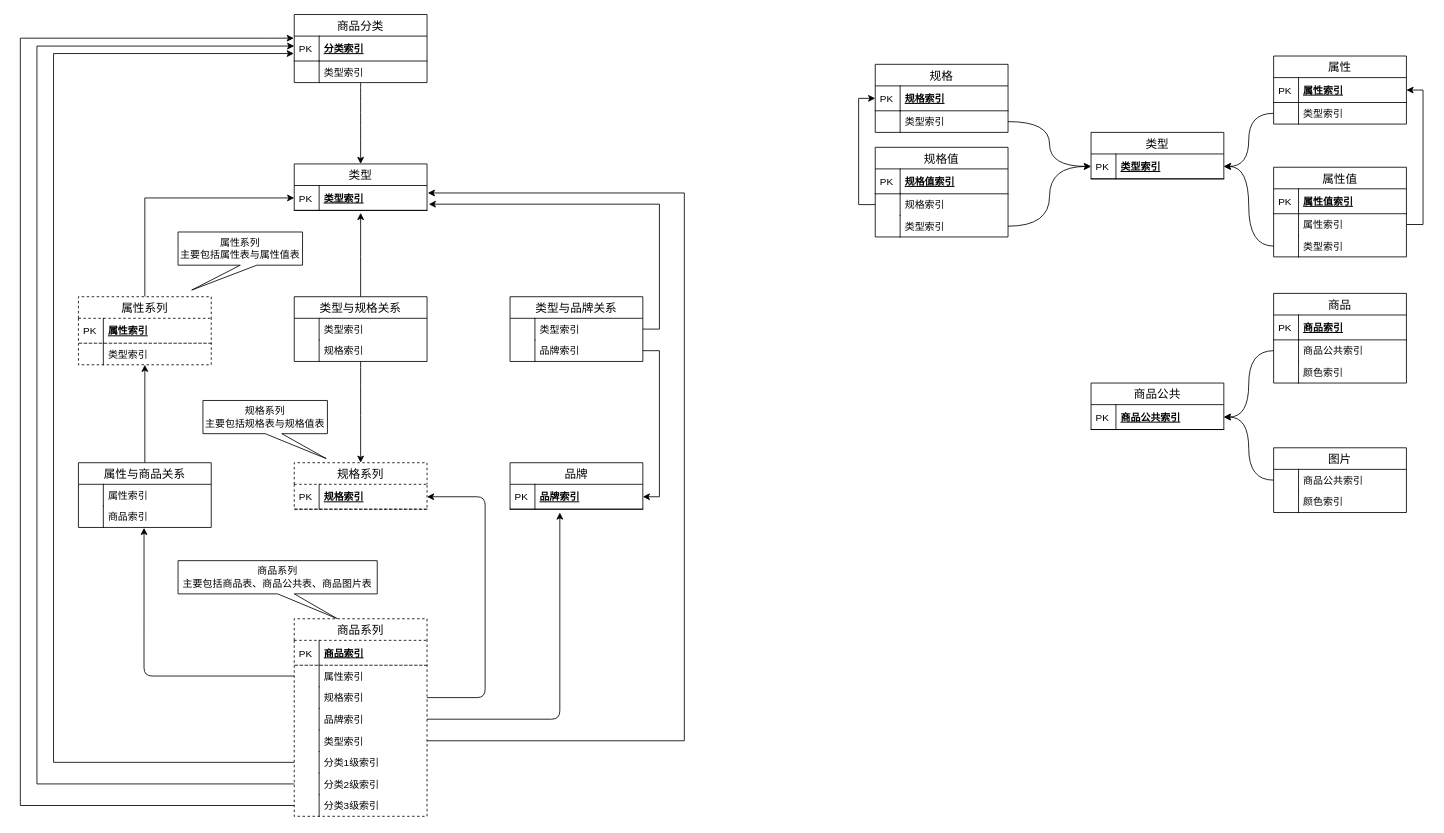
The draw.io diagram page "商品模块数据库设计" (3 of 12) of src/dragon.drawio in ab-doc/draw.io, before the edit. Source tidied: cells renumbered, new cells numbered last; positions are measured from the earlier drawing's top-left corner, leaving out a move shared by most shapes. Both pictures are drawn from the tidied source at 83%, with x=0, y=0 at pixel (20, 14).
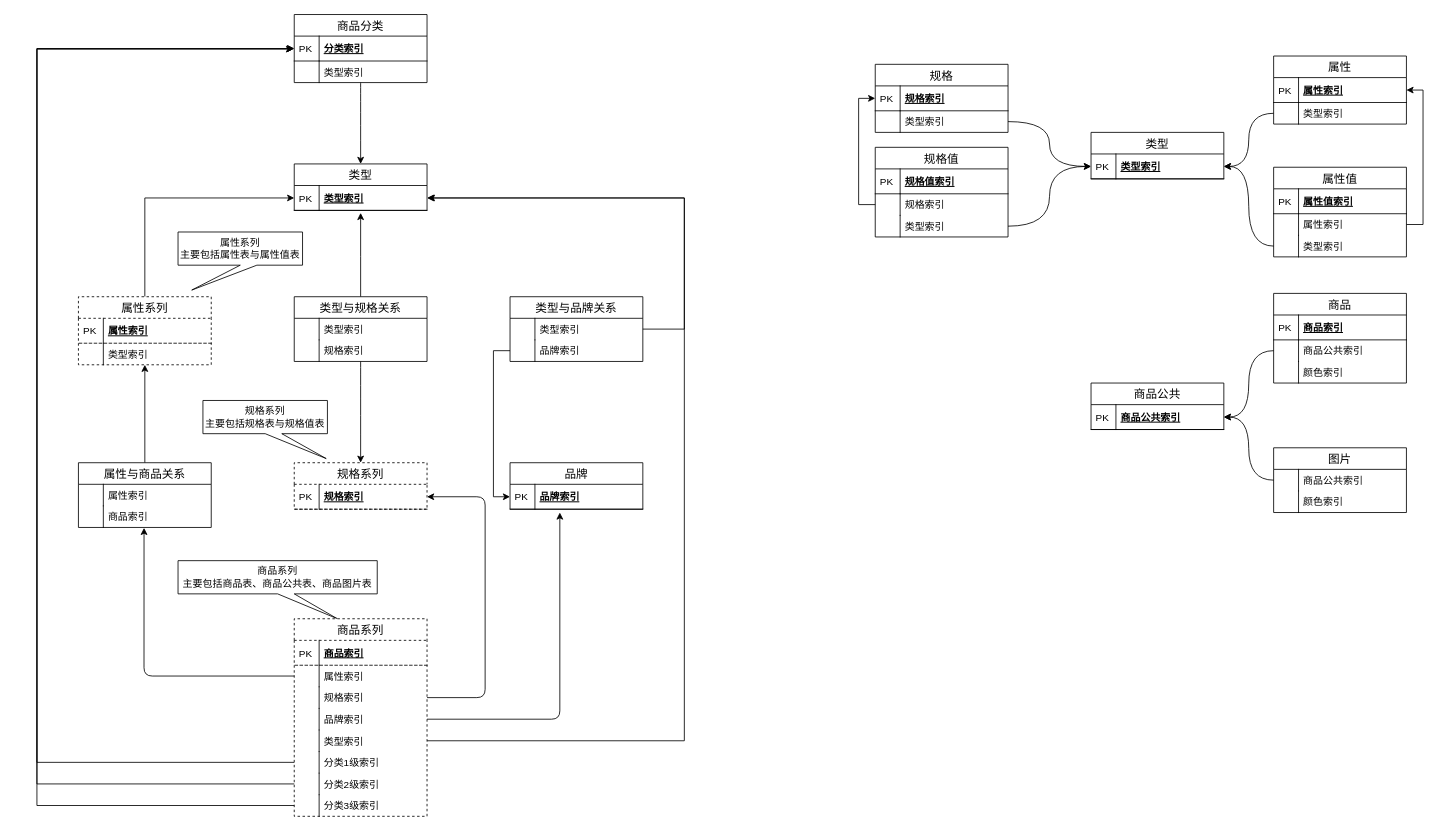
Above is the later version.

Unchanged cells that the change refers to:
```xml
<mxCell id="68" value="类型索引" style="shape=partialRectangle;top=0;left=0;right=0;bottom=0;align=left;verticalAlign=top;fillColor=none;spacingLeft=34;spacingRight=4;overflow=hidden;points=[[0,0.5],[1,0.5]];portConstraint=eastwest;fontSize=12;dashed=1;" parent="59" vertex="1">
  <mxGeometry y="134" width="160" height="26" as="geometry" />
</mxCell>
<mxCell id="70" value="分类1级索引" style="shape=partialRectangle;top=0;left=0;right=0;bottom=0;align=left;verticalAlign=top;fillColor=none;spacingLeft=34;spacingRight=4;overflow=hidden;points=[[0,0.5],[1,0.5]];portConstraint=eastwest;fontSize=12;dashed=1;" parent="59" vertex="1">
  <mxGeometry y="160" width="160" height="26" as="geometry" />
</mxCell>
<mxCell id="72" value="分类2级索引" style="shape=partialRectangle;top=0;left=0;right=0;bottom=0;align=left;verticalAlign=top;fillColor=none;spacingLeft=34;spacingRight=4;overflow=hidden;points=[[0,0.5],[1,0.5]];portConstraint=eastwest;fontSize=12;dashed=1;" parent="59" vertex="1">
  <mxGeometry y="186" width="160" height="26" as="geometry" />
</mxCell>
<mxCell id="74" value="分类3级索引" style="shape=partialRectangle;top=0;left=0;right=0;bottom=0;align=left;verticalAlign=top;fillColor=none;spacingLeft=34;spacingRight=4;overflow=hidden;points=[[0,0.5],[1,0.5]];portConstraint=eastwest;fontSize=12;dashed=1;" parent="59" vertex="1">
  <mxGeometry y="212" width="160" height="26" as="geometry" />
</mxCell>
<mxCell id="93" value="品牌索引" style="shape=partialRectangle;top=0;left=0;right=0;bottom=1;align=left;verticalAlign=middle;fillColor=none;spacingLeft=34;spacingRight=4;overflow=hidden;points=[[0,0.5],[1,0.5]];portConstraint=eastwest;fontStyle=5;fontSize=12;" parent="92" vertex="1">
  <mxGeometry y="26" width="160" height="30" as="geometry" />
</mxCell>
<mxCell id="96" value="类型索引" style="shape=partialRectangle;top=0;left=0;right=0;bottom=0;align=left;verticalAlign=top;fillColor=none;spacingLeft=34;spacingRight=4;overflow=hidden;points=[[0,0.5],[1,0.5]];portConstraint=eastwest;fontSize=12;" parent="95" vertex="1">
  <mxGeometry y="26" width="160" height="26" as="geometry" />
</mxCell>
<mxCell id="98" value="品牌索引" style="shape=partialRectangle;top=0;left=0;right=0;bottom=0;align=left;verticalAlign=top;fillColor=none;spacingLeft=34;spacingRight=4;overflow=hidden;points=[[0,0.5],[1,0.5]];portConstraint=eastwest;fontSize=12;" parent="95" vertex="1">
  <mxGeometry y="52" width="160" height="26" as="geometry" />
</mxCell>
<mxCell id="101" value="分类索引" style="shape=partialRectangle;top=0;left=0;right=0;bottom=1;align=left;verticalAlign=middle;fillColor=none;spacingLeft=34;spacingRight=4;overflow=hidden;points=[[0,0.5],[1,0.5]];portConstraint=eastwest;fontStyle=5;fontSize=12;" parent="100" vertex="1">
  <mxGeometry y="26" width="160" height="30" as="geometry" />
</mxCell>
<mxCell id="106" value="类型索引" style="shape=partialRectangle;top=0;left=0;right=0;bottom=1;align=left;verticalAlign=middle;fillColor=none;spacingLeft=34;spacingRight=4;overflow=hidden;points=[[0,0.5],[1,0.5]];portConstraint=eastwest;fontStyle=5;fontSize=12;" parent="105" vertex="1">
  <mxGeometry y="26" width="160" height="30" as="geometry" />
</mxCell>
```

The edit, as a diff of the source:
```diff
@@
-    <mxCell id="4" style="edgeStyle=orthogonalEdgeStyle;rounded=0;jettySize=auto;html=1;exitX=1;exitY=0.5;exitDx=0;exitDy=0;entryX=1;entryY=0.5;entryDx=0;entryDy=0;" parent="1" edge="1" source="98" target="93">
+    <mxCell id="4" style="edgeStyle=orthogonalEdgeStyle;rounded=0;jettySize=auto;html=1;exitX=0;exitY=0.5;exitDx=0;exitDy=0;entryX=0;entryY=0.5;entryDx=0;entryDy=0;" parent="1" edge="1" source="98" target="93">
       <mxGeometry relative="1" as="geometry" />
     </mxCell>
@@
-    <mxCell id="7" style="edgeStyle=orthogonalEdgeStyle;rounded=0;jettySize=auto;html=1;entryX=1.013;entryY=0.75;entryDx=0;entryDy=0;exitX=1;exitY=0.5;exitDx=0;exitDy=0;entryPerimeter=0;" parent="1" edge="1" source="96" target="106">
-      <mxGeometry relative="1" as="geometry" />
+    <mxCell id="7" style="edgeStyle=orthogonalEdgeStyle;rounded=0;jettySize=auto;html=1;entryX=1;entryY=0.5;entryDx=0;entryDy=0;exitX=1;exitY=0.5;exitDx=0;exitDy=0;" parent="1" edge="1" source="96" target="106">
+      <mxGeometry relative="1" as="geometry">
+        <Array as="points">
+          <mxPoint x="800" y="379" />
+          <mxPoint x="800" y="221" />
+        </Array>
+      </mxGeometry>
     </mxCell>
@@
-    <mxCell id="113" style="edgeStyle=orthogonalEdgeStyle;rounded=0;jettySize=auto;html=1;exitX=0;exitY=0.5;exitDx=0;exitDy=0;entryX=-0.003;entryY=0.7;entryDx=0;entryDy=0;entryPerimeter=0;" parent="1" edge="1" source="70" target="101">
+    <mxCell id="113" style="edgeStyle=orthogonalEdgeStyle;rounded=0;jettySize=auto;html=1;exitX=0;exitY=0.5;exitDx=0;exitDy=0;entryX=-0.009;entryY=0.525;entryDx=0;entryDy=0;entryPerimeter=0;" parent="1" edge="1" source="70" target="101">
       <mxGeometry relative="1" as="geometry">
         <Array as="points">
-          <mxPoint x="40" y="901" />
-          <mxPoint x="40" y="47" />
+          <mxPoint x="20" y="901" />
+          <mxPoint x="20" y="42" />
+          <mxPoint x="329" y="42" />
         </Array>
       </mxGeometry>
     </mxCell>
-    <mxCell id="114" style="edgeStyle=orthogonalEdgeStyle;rounded=0;jettySize=auto;html=1;exitX=0;exitY=0.5;exitDx=0;exitDy=0;entryX=0;entryY=0.4;entryDx=0;entryDy=0;entryPerimeter=0;" parent="1" edge="1" source="72" target="101">
+    <mxCell id="114" style="edgeStyle=orthogonalEdgeStyle;rounded=0;jettySize=auto;html=1;exitX=0;exitY=0.5;exitDx=0;exitDy=0;" parent="1" edge="1" source="72">
       <mxGeometry relative="1" as="geometry">
+        <mxPoint x="330" y="41" as="targetPoint" />
         <Array as="points">
           <mxPoint x="20" y="927" />
-          <mxPoint x="20" y="38" />
+          <mxPoint x="20" y="41" />
         </Array>
       </mxGeometry>
     </mxCell>
-    <mxCell id="115" style="edgeStyle=orthogonalEdgeStyle;rounded=0;jettySize=auto;html=1;exitX=0;exitY=0.5;exitDx=0;exitDy=0;entryX=-0.003;entryY=0.083;entryDx=0;entryDy=0;entryPerimeter=0;" parent="1" edge="1" source="74" target="101">
+    <mxCell id="115" style="edgeStyle=orthogonalEdgeStyle;rounded=0;jettySize=auto;html=1;exitX=0;exitY=0.5;exitDx=0;exitDy=0;" parent="1" edge="1" source="74">
       <mxGeometry relative="1" as="geometry">
+        <mxPoint x="330" y="41" as="targetPoint" />
         <Array as="points">
-          <mxPoint y="953" />
-          <mxPoint y="28" />
-          <mxPoint x="330" y="28" />
+          <mxPoint x="20" y="953" />
+          <mxPoint x="20" y="41" />
         </Array>
       </mxGeometry>
     </mxCell>
-    <mxCell id="116" style="edgeStyle=orthogonalEdgeStyle;rounded=0;jettySize=auto;html=1;entryX=1.006;entryY=0.3;entryDx=0;entryDy=0;exitX=1;exitY=0.5;exitDx=0;exitDy=0;entryPerimeter=0;" parent="1" edge="1" source="68" target="106">
+    <mxCell id="116" style="edgeStyle=orthogonalEdgeStyle;rounded=0;jettySize=auto;html=1;exitX=1;exitY=0.5;exitDx=0;exitDy=0;" parent="1" edge="1" source="68">
       <mxGeometry relative="1" as="geometry">
+        <mxPoint x="491" y="221" as="targetPoint" />
         <Array as="points">
           <mxPoint x="800" y="875" />
-          <mxPoint x="800" y="215" />
+          <mxPoint x="800" y="221" />
+          <mxPoint x="491" y="221" />
         </Array>
       </mxGeometry>
     </mxCell>
```
